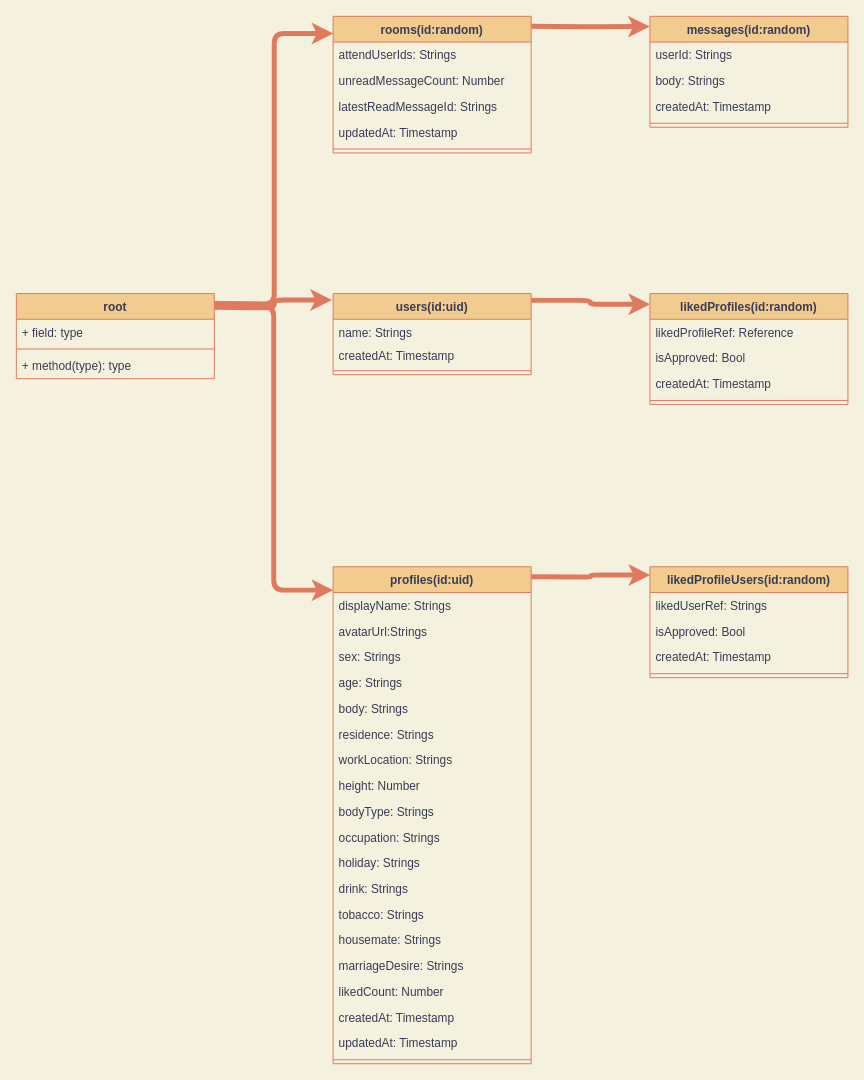
Before: store/firestore.drawio in KoheiB/my-matching-app, a draw.io diagram. Source tidied: cells renumbered, new cells numbered last; positions are measured from the earlier drawing's top-left corner, leaving out a move shared by most shapes. Both pictures are drawn from the tidied source at 99%, with x=0, y=0 at pixel (16, 16).
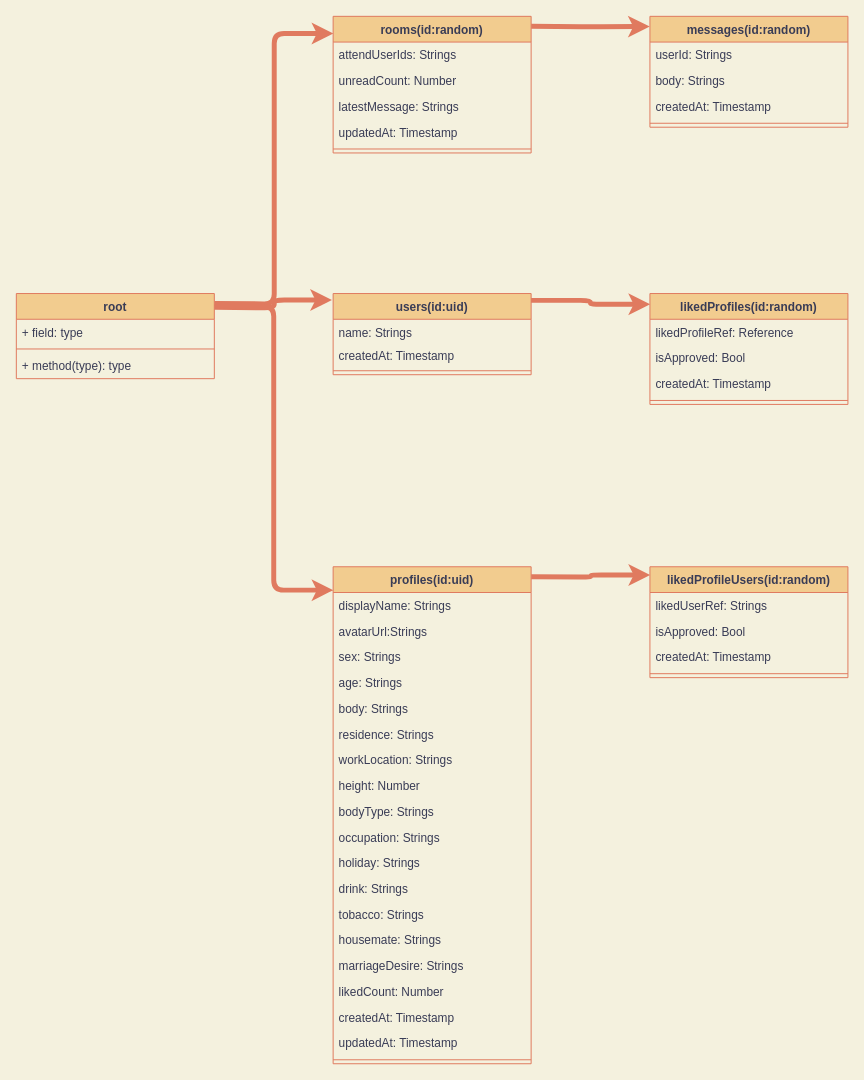
After the change.

Unchanged cells that the change refers to:
```xml
<mxCell id="36" value="rooms(id:random)" style="swimlane;fontStyle=1;align=center;verticalAlign=top;horizontal=1;startSize=26;fillColor=#F2CC8F;strokeColor=#E07A5F;fontColor=#393C56;" parent="1" vertex="1">
  <mxGeometry x="320" width="200" height="138" as="geometry" />
</mxCell>
```

Change to the diagram source:
```diff
@@
-    <mxCell id="38" value="unreadMessageCount: Number" style="text;strokeColor=none;fillColor=none;align=left;verticalAlign=top;spacingLeft=4;spacingRight=4;overflow=hidden;fontColor=#393C56;" parent="36" vertex="1">
+    <mxCell id="38" value="unreadCount: Number" style="text;strokeColor=none;fillColor=none;align=left;verticalAlign=top;spacingLeft=4;spacingRight=4;overflow=hidden;fontColor=#393C56;" parent="36" vertex="1">
       <mxGeometry y="52" width="200" height="26" as="geometry" />
     </mxCell>
-    <mxCell id="39" value="latestReadMessageId: Strings" style="text;strokeColor=none;fillColor=none;align=left;verticalAlign=top;spacingLeft=4;spacingRight=4;overflow=hidden;fontColor=#393C56;" parent="36" vertex="1">
+    <mxCell id="39" value="latestMessage: Strings" style="text;strokeColor=none;fillColor=none;align=left;verticalAlign=top;spacingLeft=4;spacingRight=4;overflow=hidden;fontColor=#393C56;" parent="36" vertex="1">
       <mxGeometry y="78" width="200" height="26" as="geometry" />
     </mxCell>
```
